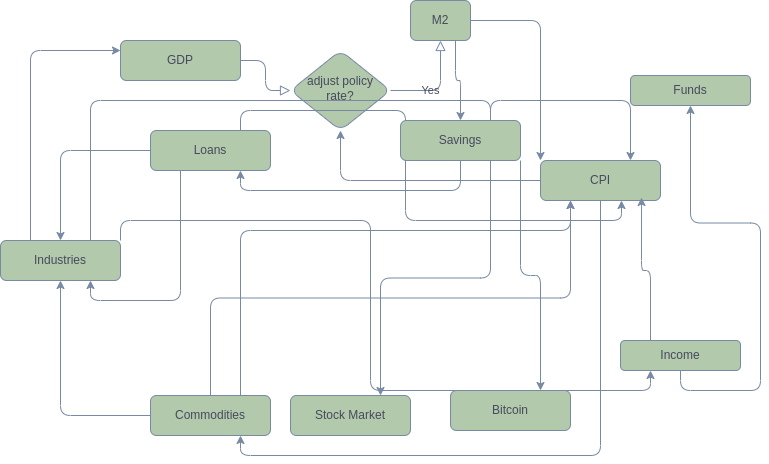
Earlier version of the draw.io export concept.drawio.png (quantalucia/qli). Source tidied: cells renumbered, new cells last; positions are measured from the earlier drawing's top-left corner, leaving out a move shared by most shapes.
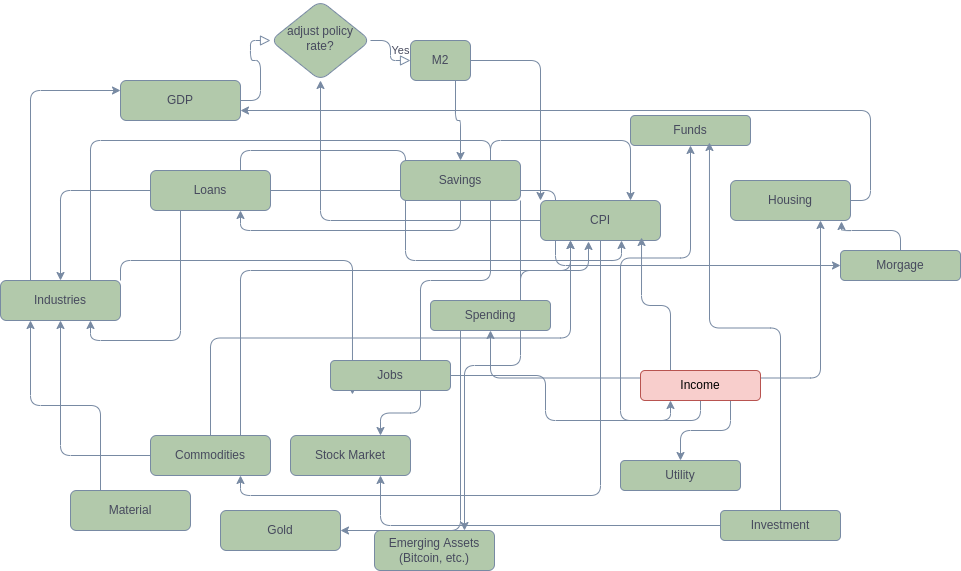
Above is the later version.

Commit message:
initiating UX and architecture

The edit, as a diff of the source:
```diff
@@ -12,7 +12,7 @@
       <mxGeometry y="10" relative="1" as="geometry" />
     </mxCell>
     <mxCell id="5" value="adjust policy rate?" style="rhombus;whiteSpace=wrap;html=1;shadow=0;fontFamily=Helvetica;fontSize=12;align=center;strokeWidth=1;spacing=6;spacingTop=-4;fillColor=#B2C9AB;strokeColor=#788AA3;fontColor=#46495D;rounded=1;" parent="1" vertex="1">
-      <mxGeometry x="290" y="50" width="100" height="80" as="geometry" />
+      <mxGeometry x="270" y="-40" width="100" height="80" as="geometry" />
     </mxCell>
     <mxCell id="6" style="edgeStyle=elbowEdgeStyle;rounded=1;jettySize=auto;html=1;entryX=0;entryY=0;entryDx=0;entryDy=0;strokeColor=#788AA3;fontColor=#46495D;" parent="1" edge="1" source="8" target="15">
       <mxGeometry relative="1" as="geometry">
@@ -36,6 +36,9 @@
     <mxCell id="11" style="edgeStyle=orthogonalEdgeStyle;rounded=1;jettySize=auto;html=1;strokeColor=#788AA3;fontColor=#46495D;" parent="1" edge="1" source="12" target="19">
       <mxGeometry relative="1" as="geometry" />
     </mxCell>
+    <mxCell id="35" style="edgeStyle=orthogonalEdgeStyle;rounded=1;jettySize=auto;html=1;exitX=1;exitY=0.5;exitDx=0;exitDy=0;entryX=0;entryY=0.5;entryDx=0;entryDy=0;fontColor=#46495D;strokeColor=#788AA3;fillColor=#B2C9AB;" parent="1" edge="1" source="12" target="42">
+      <mxGeometry relative="1" as="geometry" />
+    </mxCell>
     <mxCell id="12" value="Loans" style="rounded=1;whiteSpace=wrap;html=1;fontSize=12;glass=0;strokeWidth=1;shadow=0;fillColor=#B2C9AB;strokeColor=#788AA3;fontColor=#46495D;" parent="1" vertex="1">
       <mxGeometry x="150" y="130" width="120" height="40" as="geometry" />
     </mxCell>
@@ -51,7 +54,7 @@
     <mxCell id="16" style="edgeStyle=orthogonalEdgeStyle;rounded=1;jettySize=auto;html=1;exitX=0.25;exitY=0;exitDx=0;exitDy=0;entryX=0;entryY=0.25;entryDx=0;entryDy=0;strokeColor=#788AA3;fontColor=#46495D;" parent="1" edge="1" source="19" target="3">
       <mxGeometry relative="1" as="geometry" />
     </mxCell>
-    <mxCell id="17" style="edgeStyle=orthogonalEdgeStyle;rounded=1;jettySize=auto;html=1;exitX=1;exitY=0;exitDx=0;exitDy=0;entryX=0.25;entryY=1;entryDx=0;entryDy=0;strokeColor=#788AA3;fontColor=#46495D;" parent="1" edge="1" source="19" target="27">
+    <mxCell id="17" style="edgeStyle=orthogonalEdgeStyle;rounded=1;jettySize=auto;html=1;exitX=1;exitY=0;exitDx=0;exitDy=0;entryX=0.183;entryY=1.133;entryDx=0;entryDy=0;strokeColor=#788AA3;fontColor=#46495D;entryPerimeter=0;" parent="1" edge="1" source="19" target="54">
       <mxGeometry relative="1" as="geometry" />
     </mxCell>
     <mxCell id="18" style="edgeStyle=orthogonalEdgeStyle;rounded=1;jettySize=auto;html=1;exitX=0.75;exitY=0;exitDx=0;exitDy=0;entryX=0.75;entryY=0;entryDx=0;entryDy=0;strokeColor=#788AA3;fontColor=#46495D;startArrow=none;" parent="1" edge="1" source="33" target="15">
@@ -63,7 +66,7 @@
     <mxCell id="20" style="edgeStyle=orthogonalEdgeStyle;rounded=1;jettySize=auto;html=1;exitX=0.5;exitY=1;exitDx=0;exitDy=0;entryX=0.75;entryY=1;entryDx=0;entryDy=0;strokeColor=#788AA3;fontColor=#46495D;" parent="1" edge="1" source="33" target="12">
       <mxGeometry relative="1" as="geometry" />
     </mxCell>
-    <mxCell id="21" style="edgeStyle=orthogonalEdgeStyle;rounded=1;jettySize=auto;html=1;exitX=0.75;exitY=1;exitDx=0;exitDy=0;entryX=0.75;entryY=0;entryDx=0;entryDy=0;strokeColor=#788AA3;fontColor=#46495D;" parent="1" edge="1" source="33" target="23">
+    <mxCell id="21" style="edgeStyle=orthogonalEdgeStyle;rounded=1;jettySize=auto;html=1;exitX=0.75;exitY=1;exitDx=0;exitDy=0;entryX=0.75;entryY=0;entryDx=0;entryDy=0;strokeColor=#788AA3;fontColor=#46495D;startArrow=none;" parent="1" edge="1" source="54" target="23">
       <mxGeometry relative="1" as="geometry" />
     </mxCell>
     <mxCell id="22" style="edgeStyle=orthogonalEdgeStyle;rounded=1;jettySize=auto;html=1;exitX=1;exitY=1;exitDx=0;exitDy=0;entryX=0.75;entryY=0;entryDx=0;entryDy=0;strokeColor=#788AA3;fontColor=#46495D;" parent="1" edge="1" source="33" target="24">
@@ -72,8 +75,8 @@
     <mxCell id="23" value="Stock Market" style="rounded=1;whiteSpace=wrap;html=1;fontSize=12;glass=0;strokeWidth=1;shadow=0;fillColor=#B2C9AB;strokeColor=#788AA3;fontColor=#46495D;" parent="1" vertex="1">
       <mxGeometry x="290" y="395" width="120" height="40" as="geometry" />
     </mxCell>
-    <mxCell id="24" value="Bitcoin" style="rounded=1;whiteSpace=wrap;html=1;fontSize=12;glass=0;strokeWidth=1;shadow=0;fillColor=#B2C9AB;strokeColor=#788AA3;fontColor=#46495D;" parent="1" vertex="1">
-      <mxGeometry x="450" y="390" width="120" height="40" as="geometry" />
+    <mxCell id="24" value="Emerging Assets&lt;br&gt;(Bitcoin, etc.)" style="rounded=1;whiteSpace=wrap;html=1;fontSize=12;glass=0;strokeWidth=1;shadow=0;fillColor=#B2C9AB;strokeColor=#788AA3;fontColor=#46495D;" parent="1" vertex="1">
+      <mxGeometry x="374" y="490" width="120" height="40" as="geometry" />
     </mxCell>
     <mxCell id="25" style="edgeStyle=orthogonalEdgeStyle;rounded=1;jettySize=auto;html=1;exitX=0.5;exitY=1;exitDx=0;exitDy=0;strokeColor=#788AA3;fontColor=#46495D;" parent="1" edge="1" source="27" target="28">
       <mxGeometry relative="1" as="geometry" />
@@ -81,8 +84,17 @@
     <mxCell id="26" style="edgeStyle=orthogonalEdgeStyle;rounded=1;jettySize=auto;html=1;exitX=0.25;exitY=0;exitDx=0;exitDy=0;entryX=0.842;entryY=0.925;entryDx=0;entryDy=0;entryPerimeter=0;strokeColor=#788AA3;fontColor=#46495D;" parent="1" edge="1" source="27" target="15">
       <mxGeometry relative="1" as="geometry" />
     </mxCell>
+    <mxCell id="36" style="edgeStyle=orthogonalEdgeStyle;rounded=1;jettySize=auto;html=1;exitX=1;exitY=0.25;exitDx=0;exitDy=0;entryX=0.75;entryY=1;entryDx=0;entryDy=0;fontColor=#46495D;strokeColor=#788AA3;fillColor=#B2C9AB;" parent="1" edge="1" source="27" target="40">
+      <mxGeometry relative="1" as="geometry" />
+    </mxCell>
+    <mxCell id="37" style="edgeStyle=orthogonalEdgeStyle;rounded=1;jettySize=auto;html=1;exitX=0;exitY=0.25;exitDx=0;exitDy=0;entryX=0.5;entryY=1;entryDx=0;entryDy=0;fontColor=#46495D;strokeColor=#788AA3;fillColor=#B2C9AB;" parent="1" edge="1" source="27" target="48">
+      <mxGeometry relative="1" as="geometry" />
+    </mxCell>
+    <mxCell id="38" style="edgeStyle=orthogonalEdgeStyle;rounded=1;jettySize=auto;html=1;exitX=0.75;exitY=1;exitDx=0;exitDy=0;fontColor=#46495D;strokeColor=#788AA3;fillColor=#B2C9AB;" parent="1" edge="1" source="27" target="52">
+      <mxGeometry relative="1" as="geometry" />
+    </mxCell>
-    <mxCell id="27" value="Income" style="rounded=1;whiteSpace=wrap;html=1;fontSize=12;glass=0;strokeWidth=1;shadow=0;fillColor=#B2C9AB;strokeColor=#788AA3;fontColor=#46495D;" parent="1" vertex="1">
-      <mxGeometry x="620" y="340" width="120" height="30" as="geometry" />
+    <mxCell id="27" value="Income" style="rounded=1;whiteSpace=wrap;html=1;fontSize=12;glass=0;strokeWidth=1;shadow=0;fillColor=#f8cecc;strokeColor=#b85450;" parent="1" vertex="1">
+      <mxGeometry x="640" y="330" width="120" height="30" as="geometry" />
     </mxCell>
     <mxCell id="28" value="Funds" style="rounded=1;whiteSpace=wrap;html=1;fontSize=12;glass=0;strokeWidth=1;shadow=0;fillColor=#B2C9AB;strokeColor=#788AA3;fontColor=#46495D;" parent="1" vertex="1">
       <mxGeometry x="630" y="75" width="120" height="30" as="geometry" />
@@ -110,5 +122,56 @@
     <mxCell id="34" style="edgeStyle=orthogonalEdgeStyle;rounded=1;jettySize=auto;html=1;exitX=0.75;exitY=0;exitDx=0;exitDy=0;entryX=0.75;entryY=0;entryDx=0;entryDy=0;strokeColor=#788AA3;fontColor=#46495D;endArrow=none;" parent="1" edge="1" source="19" target="33">
       <mxGeometry relative="1" as="geometry" />
     </mxCell>
+    <mxCell id="39" style="edgeStyle=orthogonalEdgeStyle;rounded=1;jettySize=auto;html=1;exitX=1;exitY=0.5;exitDx=0;exitDy=0;entryX=1;entryY=0.75;entryDx=0;entryDy=0;fontColor=#46495D;strokeColor=#788AA3;fillColor=#B2C9AB;" parent="1" edge="1" source="40" target="3">
+      <mxGeometry relative="1" as="geometry" />
+    </mxCell>
+    <mxCell id="40" value="Housing" style="rounded=1;whiteSpace=wrap;html=1;fontSize=12;glass=0;strokeWidth=1;shadow=0;fillColor=#B2C9AB;strokeColor=#788AA3;fontColor=#46495D;" parent="1" vertex="1">
+      <mxGeometry x="730" y="140" width="120" height="40" as="geometry" />
+    </mxCell>
+    <mxCell id="41" style="edgeStyle=orthogonalEdgeStyle;rounded=1;jettySize=auto;html=1;exitX=0.5;exitY=0;exitDx=0;exitDy=0;entryX=0.925;entryY=1.025;entryDx=0;entryDy=0;entryPerimeter=0;fontColor=#46495D;strokeColor=#788AA3;fillColor=#B2C9AB;" parent="1" edge="1" source="42" target="40">
+      <mxGeometry relative="1" as="geometry" />
+    </mxCell>
+    <mxCell id="42" value="Morgage" style="rounded=1;whiteSpace=wrap;html=1;fontSize=12;glass=0;strokeWidth=1;shadow=0;fillColor=#B2C9AB;strokeColor=#788AA3;fontColor=#46495D;" parent="1" vertex="1">
+      <mxGeometry x="840" y="210" width="120" height="30" as="geometry" />
+    </mxCell>
+    <mxCell id="43" value="Gold" style="rounded=1;whiteSpace=wrap;html=1;fontSize=12;glass=0;strokeWidth=1;shadow=0;fillColor=#B2C9AB;strokeColor=#788AA3;fontColor=#46495D;" parent="1" vertex="1">
+      <mxGeometry x="220" y="470" width="120" height="40" as="geometry" />
+    </mxCell>
+    <mxCell id="44" style="edgeStyle=orthogonalEdgeStyle;rounded=1;jettySize=auto;html=1;exitX=0.25;exitY=0;exitDx=0;exitDy=0;entryX=0.25;entryY=1;entryDx=0;entryDy=0;fontColor=#46495D;strokeColor=#788AA3;fillColor=#B2C9AB;" parent="1" edge="1" source="45" target="19">
+      <mxGeometry relative="1" as="geometry" />
+    </mxCell>
+    <mxCell id="45" value="Material" style="rounded=1;whiteSpace=wrap;html=1;fontSize=12;glass=0;strokeWidth=1;shadow=0;fillColor=#B2C9AB;strokeColor=#788AA3;fontColor=#46495D;" parent="1" vertex="1">
+      <mxGeometry x="70" y="450" width="120" height="40" as="geometry" />
+    </mxCell>
+    <mxCell id="46" style="edgeStyle=orthogonalEdgeStyle;rounded=1;jettySize=auto;html=1;exitX=0.75;exitY=0;exitDx=0;exitDy=0;entryX=0.4;entryY=1.025;entryDx=0;entryDy=0;entryPerimeter=0;fontColor=#46495D;strokeColor=#788AA3;fillColor=#B2C9AB;" parent="1" edge="1" source="48" target="15">
+      <mxGeometry relative="1" as="geometry" />
+    </mxCell>
+    <mxCell id="47" style="edgeStyle=orthogonalEdgeStyle;rounded=1;jettySize=auto;html=1;exitX=0.25;exitY=1;exitDx=0;exitDy=0;entryX=1;entryY=0.5;entryDx=0;entryDy=0;fontColor=#46495D;strokeColor=#788AA3;fillColor=#B2C9AB;" parent="1" edge="1" source="48" target="43">
+      <mxGeometry relative="1" as="geometry" />
+    </mxCell>
+    <mxCell id="48" value="Spending" style="rounded=1;whiteSpace=wrap;html=1;fontSize=12;glass=0;strokeWidth=1;shadow=0;fillColor=#B2C9AB;strokeColor=#788AA3;fontColor=#46495D;" parent="1" vertex="1">
+      <mxGeometry x="430" y="260" width="120" height="30" as="geometry" />
+    </mxCell>
+    <mxCell id="49" style="edgeStyle=orthogonalEdgeStyle;rounded=1;jettySize=auto;html=1;exitX=0;exitY=0.5;exitDx=0;exitDy=0;entryX=0.75;entryY=1;entryDx=0;entryDy=0;fontColor=#46495D;strokeColor=#788AA3;fillColor=#B2C9AB;" parent="1" edge="1" source="51" target="23">
+      <mxGeometry relative="1" as="geometry" />
+    </mxCell>
+    <mxCell id="50" style="edgeStyle=orthogonalEdgeStyle;rounded=1;jettySize=auto;html=1;exitX=0.5;exitY=0;exitDx=0;exitDy=0;entryX=0.658;entryY=0.9;entryDx=0;entryDy=0;entryPerimeter=0;fontColor=#46495D;strokeColor=#788AA3;fillColor=#B2C9AB;" parent="1" edge="1" source="51" target="28">
+      <mxGeometry relative="1" as="geometry" />
+    </mxCell>
+    <mxCell id="51" value="Investment" style="rounded=1;whiteSpace=wrap;html=1;fontSize=12;glass=0;strokeWidth=1;shadow=0;fillColor=#B2C9AB;strokeColor=#788AA3;fontColor=#46495D;" parent="1" vertex="1">
+      <mxGeometry x="720" y="470" width="120" height="30" as="geometry" />
+    </mxCell>
+    <mxCell id="52" value="Utility" style="rounded=1;whiteSpace=wrap;html=1;fontSize=12;glass=0;strokeWidth=1;shadow=0;fillColor=#B2C9AB;strokeColor=#788AA3;fontColor=#46495D;" parent="1" vertex="1">
+      <mxGeometry x="620" y="420" width="120" height="30" as="geometry" />
+    </mxCell>
+    <mxCell id="53" style="edgeStyle=orthogonalEdgeStyle;rounded=1;jettySize=auto;html=1;exitX=1;exitY=0.5;exitDx=0;exitDy=0;entryX=0.25;entryY=1;entryDx=0;entryDy=0;fontColor=#46495D;strokeColor=#788AA3;fillColor=#B2C9AB;" parent="1" edge="1" source="54" target="27">
+      <mxGeometry relative="1" as="geometry" />
+    </mxCell>
+    <mxCell id="54" value="Jobs" style="rounded=1;whiteSpace=wrap;html=1;fontSize=12;glass=0;strokeWidth=1;shadow=0;fillColor=#B2C9AB;strokeColor=#788AA3;fontColor=#46495D;" parent="1" vertex="1">
+      <mxGeometry x="330" y="320" width="120" height="30" as="geometry" />
+    </mxCell>
+    <mxCell id="55" style="edgeStyle=orthogonalEdgeStyle;rounded=1;jettySize=auto;html=1;exitX=0.75;exitY=1;exitDx=0;exitDy=0;entryX=0.75;entryY=0;entryDx=0;entryDy=0;strokeColor=#788AA3;fontColor=#46495D;endArrow=none;" parent="1" edge="1" source="33" target="54">
+      <mxGeometry relative="1" as="geometry" />
+    </mxCell>
   </root>
 </mxGraphModel>
```
